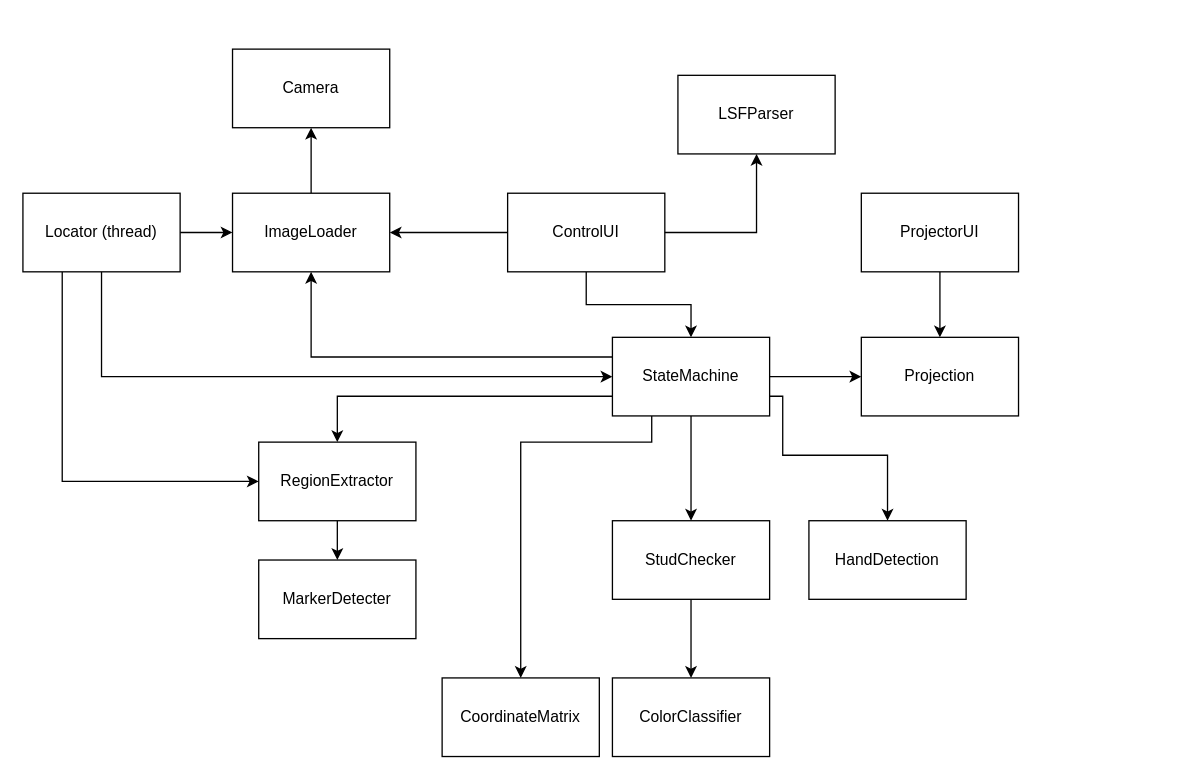
The draw.io diagram snippets/ComponentDiagram.drawio in HANprojectsENG/ARAS, before the edit. Source tidied: cells renumbered, new cells numbered last; positions are measured from the earlier drawing's top-left corner, leaving out a move shared by most shapes. Both pictures are drawn from the tidied source at 131%, with x=0, y=0 at pixel (22, 48).
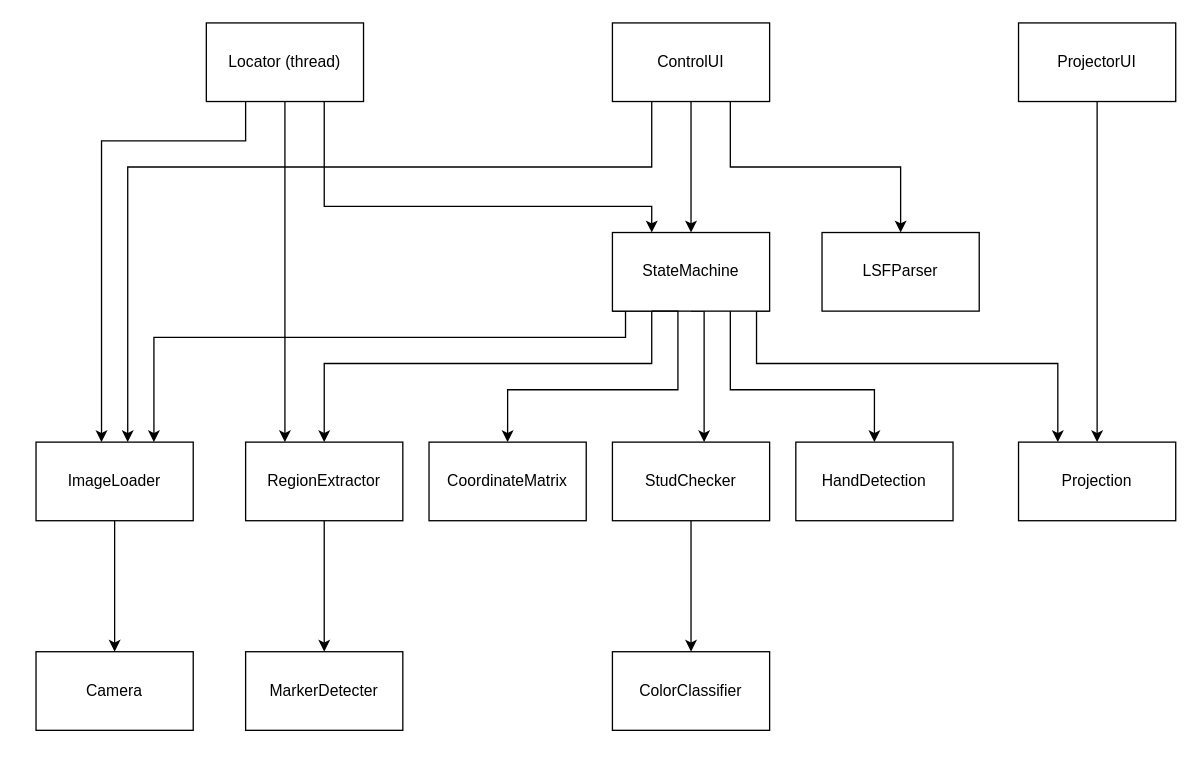
The same diagram, later.

Commit message (it also covers changes not shown here):
Add component diagram

Change to the diagram source:
```diff
@@
-    <mxCell id="3" style="edgeStyle=orthogonalEdgeStyle;rounded=0;jettySize=auto;html=1;exitX=0;exitY=0.5;exitDx=0;exitDy=0;" parent="1" edge="1" source="4" target="8">
-      <mxGeometry relative="1" as="geometry" />
+    <mxCell id="3" style="edgeStyle=orthogonalEdgeStyle;rounded=0;jettySize=auto;html=1;exitX=0.25;exitY=1;exitDx=0;exitDy=0;" parent="1" edge="1" source="4" target="8">
+      <mxGeometry relative="1" as="geometry">
+        <Array as="points">
+          <mxPoint x="480" y="90" />
+          <mxPoint x="80" y="90" />
+        </Array>
+      </mxGeometry>
     </mxCell>
     <mxCell id="4" value="&lt;div&gt;ControlUI&lt;/div&gt;" style="rounded=0;whiteSpace=wrap;html=1;" parent="1" vertex="1">
-      <mxGeometry x="370" y="110" width="120" height="60" as="geometry" />
+      <mxGeometry x="450" y="-20" width="120" height="60" as="geometry" />
     </mxCell>
@@
     <mxCell id="6" value="&lt;div&gt;ProjectorUI&lt;/div&gt;" style="rounded=0;whiteSpace=wrap;html=1;" parent="1" vertex="1">
-      <mxGeometry x="640" y="110" width="120" height="60" as="geometry" />
+      <mxGeometry x="760" y="-20" width="120" height="60" as="geometry" />
     </mxCell>
-    <mxCell id="7" style="edgeStyle=orthogonalEdgeStyle;rounded=0;jettySize=auto;html=1;exitX=0.5;exitY=0;exitDx=0;exitDy=0;" parent="1" edge="1" source="8" target="9">
-      <mxGeometry relative="1" as="geometry" />
+    <mxCell id="7" style="edgeStyle=orthogonalEdgeStyle;rounded=0;jettySize=auto;html=1;exitX=0.5;exitY=1;exitDx=0;exitDy=0;" parent="1" edge="1" source="8" target="9">
+      <mxGeometry relative="1" as="geometry">
+        <Array as="points">
+          <mxPoint x="70" y="380" />
+          <mxPoint x="70" y="380" />
+        </Array>
+      </mxGeometry>
     </mxCell>
     <mxCell id="8" value="ImageLoader" style="rounded=0;whiteSpace=wrap;html=1;" parent="1" vertex="1">
-      <mxGeometry x="160" y="110" width="120" height="60" as="geometry" />
+      <mxGeometry x="10" y="300" width="120" height="60" as="geometry" />
     </mxCell>
     <mxCell id="9" value="&lt;div&gt;Camera&lt;/div&gt;" style="rounded=0;whiteSpace=wrap;html=1;" parent="1" vertex="1">
-      <mxGeometry x="160" width="120" height="60" as="geometry" />
+      <mxGeometry x="10" y="460" width="120" height="60" as="geometry" />
     </mxCell>
-    <mxCell id="10" style="edgeStyle=orthogonalEdgeStyle;rounded=0;jettySize=auto;html=1;exitX=0;exitY=0.25;exitDx=0;exitDy=0;" parent="1" edge="1" source="16" target="8">
-      <mxGeometry relative="1" as="geometry" />
+    <mxCell id="10" style="edgeStyle=orthogonalEdgeStyle;rounded=0;jettySize=auto;html=1;" parent="1" edge="1" target="8">
+      <mxGeometry relative="1" as="geometry">
+        <mxPoint x="450" y="200" as="sourcePoint" />
+        <Array as="points">
+          <mxPoint x="460" y="200" />
+          <mxPoint x="460" y="220" />
+          <mxPoint x="100" y="220" />
+        </Array>
+      </mxGeometry>
     </mxCell>
-    <mxCell id="11" style="edgeStyle=orthogonalEdgeStyle;rounded=0;jettySize=auto;html=1;exitX=1;exitY=0.5;exitDx=0;exitDy=0;" parent="1" edge="1" source="4" target="17">
+    <mxCell id="11" style="edgeStyle=orthogonalEdgeStyle;rounded=0;jettySize=auto;html=1;exitX=0.75;exitY=1;exitDx=0;exitDy=0;" parent="1" edge="1" source="4" target="17">
       <mxGeometry relative="1" as="geometry" />
     </mxCell>
-    <mxCell id="12" style="edgeStyle=orthogonalEdgeStyle;rounded=0;jettySize=auto;html=1;exitX=1;exitY=0.5;exitDx=0;exitDy=0;entryX=0;entryY=0.5;entryDx=0;entryDy=0;" parent="1" edge="1" source="16" target="18">
-      <mxGeometry relative="1" as="geometry" />
+    <mxCell id="12" style="edgeStyle=orthogonalEdgeStyle;rounded=0;jettySize=auto;html=1;entryX=0.25;entryY=0;entryDx=0;entryDy=0;" parent="1" edge="1" target="18">
+      <mxGeometry relative="1" as="geometry">
+        <mxPoint x="570" y="200" as="sourcePoint" />
+        <Array as="points">
+          <mxPoint x="560" y="200" />
+          <mxPoint x="560" y="240" />
+          <mxPoint x="790" y="240" />
+        </Array>
+      </mxGeometry>
     </mxCell>
-    <mxCell id="13" style="edgeStyle=orthogonalEdgeStyle;rounded=0;jettySize=auto;html=1;exitX=0;exitY=0.75;exitDx=0;exitDy=0;" parent="1" edge="1" source="16" target="20">
-      <mxGeometry relative="1" as="geometry" />
+    <mxCell id="13" style="edgeStyle=orthogonalEdgeStyle;rounded=0;jettySize=auto;html=1;exitX=0;exitY=1;exitDx=0;exitDy=0;exitPerimeter=0;" parent="1" edge="1" source="16" target="20">
+      <mxGeometry relative="1" as="geometry">
+        <Array as="points">
+          <mxPoint x="480" y="200" />
+          <mxPoint x="480" y="240" />
+          <mxPoint x="230" y="240" />
+        </Array>
+      </mxGeometry>
     </mxCell>
     <mxCell id="14" style="edgeStyle=orthogonalEdgeStyle;rounded=0;jettySize=auto;html=1;exitX=0.5;exitY=1;exitDx=0;exitDy=0;" parent="1" edge="1" source="16" target="23">
-      <mxGeometry relative="1" as="geometry" />
+      <mxGeometry relative="1" as="geometry">
+        <Array as="points">
+          <mxPoint x="520" y="200" />
+        </Array>
+      </mxGeometry>
     </mxCell>
-    <mxCell id="15" style="edgeStyle=orthogonalEdgeStyle;rounded=0;jettySize=auto;html=1;exitX=1;exitY=0.75;exitDx=0;exitDy=0;" parent="1" edge="1" source="16" target="31">
+    <mxCell id="15" style="edgeStyle=orthogonalEdgeStyle;rounded=0;jettySize=auto;html=1;exitX=0.75;exitY=1;exitDx=0;exitDy=0;entryX=0.5;entryY=0;entryDx=0;entryDy=0;" parent="1" edge="1" source="16" target="31">
       <mxGeometry relative="1" as="geometry">
         <Array as="points">
-          <mxPoint x="580" y="265" />
-          <mxPoint x="580" y="310" />
-          <mxPoint x="660" y="310" />
+          <mxPoint x="540" y="260" />
+          <mxPoint x="650" y="260" />
         </Array>
       </mxGeometry>
     </mxCell>
     <mxCell id="16" value="&lt;div&gt;StateMachine&lt;/div&gt;" style="rounded=0;whiteSpace=wrap;html=1;" parent="1" vertex="1">
-      <mxGeometry x="450" y="220" width="120" height="60" as="geometry" />
+      <mxGeometry x="450" y="140" width="120" height="60" as="geometry" />
     </mxCell>
     <mxCell id="17" value="&lt;div&gt;LSFParser&lt;/div&gt;" style="rounded=0;whiteSpace=wrap;html=1;" parent="1" vertex="1">
-      <mxGeometry x="500" y="20" width="120" height="60" as="geometry" />
+      <mxGeometry x="610" y="140" width="120" height="60" as="geometry" />
     </mxCell>
     <mxCell id="18" value="Projection" style="rounded=0;whiteSpace=wrap;html=1;" parent="1" vertex="1">
-      <mxGeometry x="640" y="220" width="120" height="60" as="geometry" />
+      <mxGeometry x="760" y="300" width="120" height="60" as="geometry" />
     </mxCell>
@@
     <mxCell id="20" value="RegionExtractor" style="rounded=0;whiteSpace=wrap;html=1;" parent="1" vertex="1">
-      <mxGeometry x="180" y="300" width="120" height="60" as="geometry" />
+      <mxGeometry x="170" y="300" width="120" height="60" as="geometry" />
     </mxCell>
@@
     <mxCell id="22" style="edgeStyle=orthogonalEdgeStyle;rounded=0;jettySize=auto;html=1;exitX=0.25;exitY=1;exitDx=0;exitDy=0;" parent="1" edge="1" source="16" target="26">
       <mxGeometry relative="1" as="geometry">
         <Array as="points">
-          <mxPoint x="480" y="300" />
-          <mxPoint x="380" y="300" />
+          <mxPoint x="500" y="200" />
+          <mxPoint x="500" y="260" />
+          <mxPoint x="370" y="260" />
         </Array>
       </mxGeometry>
     </mxCell>
     <mxCell id="23" value="StudChecker" style="rounded=0;whiteSpace=wrap;html=1;" parent="1" vertex="1">
-      <mxGeometry x="450" y="360" width="120" height="60" as="geometry" />
+      <mxGeometry x="450" y="300" width="120" height="60" as="geometry" />
     </mxCell>
     <mxCell id="24" value="MarkerDetecter" style="rounded=0;whiteSpace=wrap;html=1;" parent="1" vertex="1">
-      <mxGeometry x="180" y="390" width="120" height="60" as="geometry" />
+      <mxGeometry x="170" y="460" width="120" height="60" as="geometry" />
     </mxCell>
     <mxCell id="25" value="&lt;div&gt;ColorClassifier&lt;/div&gt;" style="rounded=0;whiteSpace=wrap;html=1;" parent="1" vertex="1">
-      <mxGeometry x="450" y="480" width="120" height="60" as="geometry" />
+      <mxGeometry x="450" y="460" width="120" height="60" as="geometry" />
     </mxCell>
     <mxCell id="26" value="&lt;div&gt;CoordinateMatrix&lt;/div&gt;" style="rounded=0;whiteSpace=wrap;html=1;" parent="1" vertex="1">
-      <mxGeometry x="320" y="480" width="120" height="60" as="geometry" />
+      <mxGeometry x="310" y="300" width="120" height="60" as="geometry" />
     </mxCell>
-    <mxCell id="27" style="edgeStyle=orthogonalEdgeStyle;rounded=0;jettySize=auto;html=1;" parent="1" edge="1" source="30" target="8">
-      <mxGeometry relative="1" as="geometry" />
+    <mxCell id="27" style="edgeStyle=orthogonalEdgeStyle;rounded=0;jettySize=auto;html=1;exitX=0.25;exitY=1;exitDx=0;exitDy=0;" parent="1" edge="1" source="30" target="8">
+      <mxGeometry relative="1" as="geometry">
+        <Array as="points">
+          <mxPoint x="170" y="70" />
+          <mxPoint x="60" y="70" />
+        </Array>
+      </mxGeometry>
     </mxCell>
-    <mxCell id="28" style="edgeStyle=orthogonalEdgeStyle;rounded=0;jettySize=auto;html=1;exitX=0.5;exitY=1;exitDx=0;exitDy=0;entryX=0;entryY=0.5;entryDx=0;entryDy=0;" parent="1" edge="1" source="30" target="16">
-      <mxGeometry relative="1" as="geometry" />
+    <mxCell id="28" style="edgeStyle=orthogonalEdgeStyle;rounded=0;jettySize=auto;html=1;exitX=0.75;exitY=1;exitDx=0;exitDy=0;entryX=0.25;entryY=0;entryDx=0;entryDy=0;" parent="1" edge="1" source="30" target="16">
+      <mxGeometry relative="1" as="geometry">
+        <Array as="points">
+          <mxPoint x="230" y="120" />
+          <mxPoint x="480" y="120" />
+        </Array>
+      </mxGeometry>
     </mxCell>
-    <mxCell id="29" style="edgeStyle=orthogonalEdgeStyle;rounded=0;jettySize=auto;html=1;exitX=0.25;exitY=1;exitDx=0;exitDy=0;entryX=0;entryY=0.5;entryDx=0;entryDy=0;" parent="1" edge="1" source="30" target="20">
-      <mxGeometry relative="1" as="geometry" />
+    <mxCell id="29" style="edgeStyle=orthogonalEdgeStyle;rounded=0;jettySize=auto;html=1;exitX=0.5;exitY=1;exitDx=0;exitDy=0;entryX=0.25;entryY=0;entryDx=0;entryDy=0;" parent="1" edge="1" source="30" target="20">
+      <mxGeometry relative="1" as="geometry">
+        <Array as="points">
+          <mxPoint x="200" y="100" />
+          <mxPoint x="200" y="100" />
+        </Array>
+      </mxGeometry>
     </mxCell>
     <mxCell id="30" value="Locator (thread)" style="rounded=0;whiteSpace=wrap;html=1;" parent="1" vertex="1">
-      <mxGeometry y="110" width="120" height="60" as="geometry" />
+      <mxGeometry x="140" y="-20" width="120" height="60" as="geometry" />
     </mxCell>
     <mxCell id="31" value="&lt;div&gt;HandDetection&lt;/div&gt;" style="rounded=0;whiteSpace=wrap;html=1;" parent="1" vertex="1">
-      <mxGeometry x="600" y="360" width="120" height="60" as="geometry" />
+      <mxGeometry x="590" y="300" width="120" height="60" as="geometry" />
     </mxCell>
```
